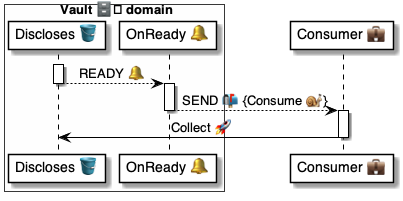
Before: 4 ⚙️ Solution/41 🎭 Domain Roles/Vaults 🗄️/🗄️🪣 Vault tables/Discloses 💼 table/🪣🔔 3 Ready/🗄️ OnReady ⚙️ uml.png, a diagram exported from PlantUML (pollyweb-org/pollyweb-docs). Its source is kept beside it as 4 ⚙️ Solution/41 🎭 Domain Roles/Vaults 🗄️/🗄️🪣 Vault tables/Discloses 💼 table/🪣🔔 3 Ready/🗄️ OnReady ⚙️ uml.puml. Its diagram source:
```plantuml
@startuml OnReady

box Vault 🗄️ domain #FFFFFA
    participant "Discloses 🪣" as table
    participant "OnReady 🔔" as ready
end box
participant "Consumer 💼" as consumer


activate table
    table --> ready: READY 🔔
deactivate table

activate ready
    ready --> consumer: SEND 📬 {Consume 🐌}
deactivate ready

activate consumer
    consumer -> table: Collect 🚀
deactivate consumer

@enduml
```
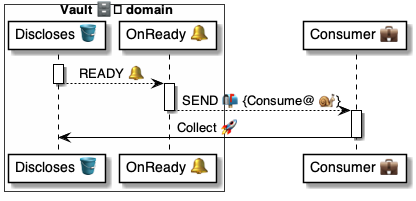
The same diagram one commit later.

What changed in the source:
```diff
@@ -12,7 +12,7 @@
 deactivate table
 
 activate ready
-    ready --> consumer: SEND 📬 {Consume 🐌}
+    ready --> consumer: SEND 📬 {Consume@ 🐌}
 deactivate ready
 
 activate consumer
```
